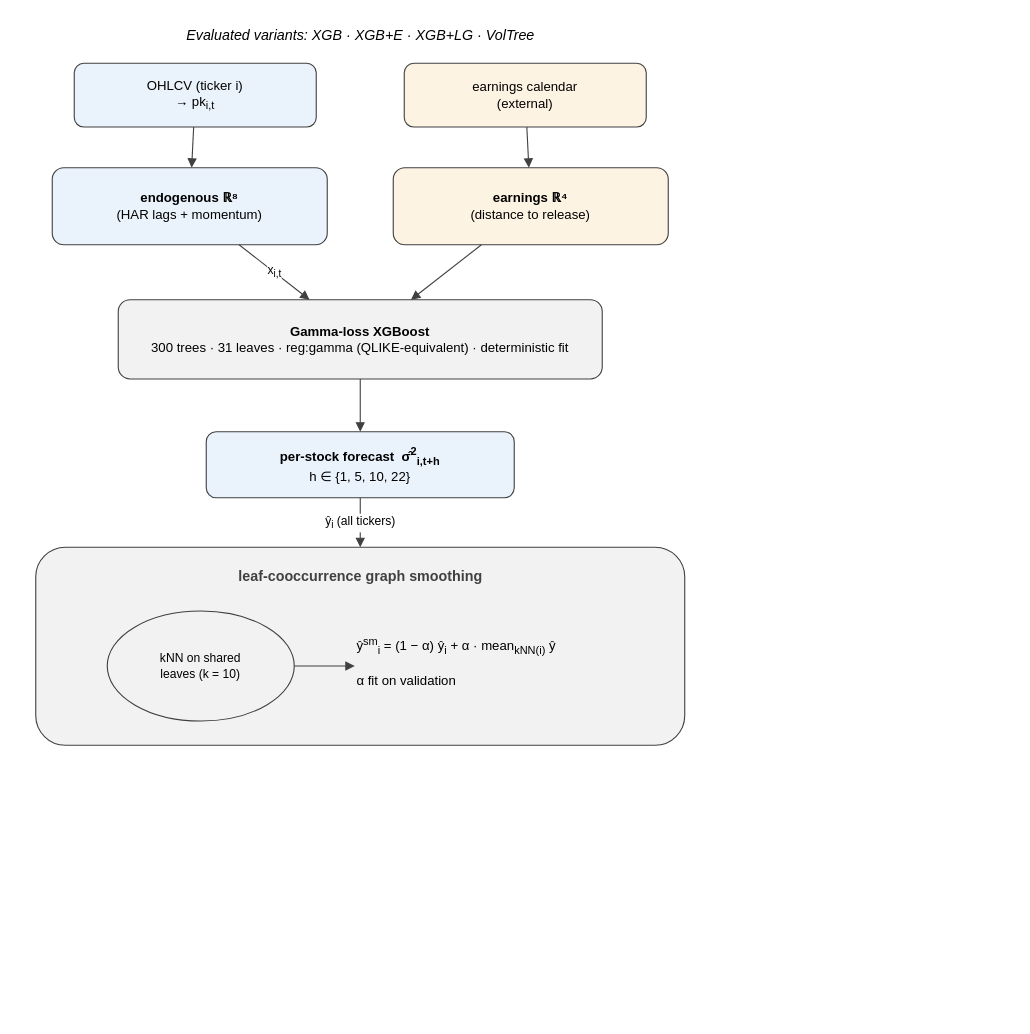
ntquy9901/stock_vol_prediction01 keeps this draw.io diagram as docs/paper/figures/fig_architecture.drawio. Above is the earlier version. Source tidied: cells renumbered, new cells numbered last; positions are measured from the earlier drawing's top-left corner, leaving out a move shared by most shapes. Both pictures are drawn from the tidied source at 110%, with x=0, y=0 at pixel (35, 19).
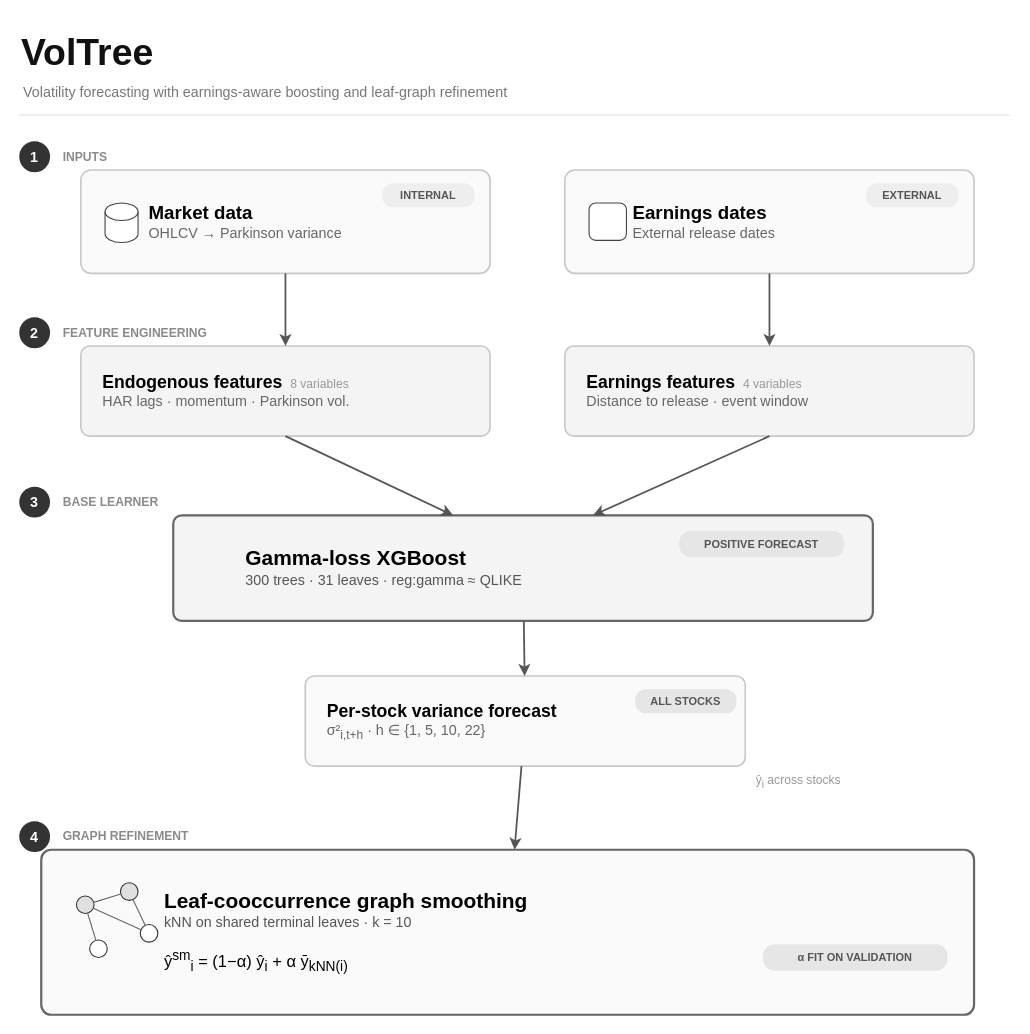
The same page after the edit.

Commit message (it also covers changes not shown here):
fig1: adopt hand-designed VolTree architecture (v2) as fig_architecture.pdf + drawio source; shorten Table 2 caption

What changed in the source:
```diff
@@
-    <mxCell id="2" value="Evaluated variants: XGB · XGB+E · XGB+LG · VolTree" style="text;html=1;align=center;fontSize=13;fontStyle=2;" parent="1" vertex="1">
-      <mxGeometry x="15" width="560" height="26" as="geometry" />
+    <mxCell id="2" value="VolTree" style="text;html=1;align=left;verticalAlign=middle;fontSize=34;fontStyle=1;fontColor=#111111;" parent="1" vertex="1">
+      <mxGeometry x="-15" y="7" width="320" height="46" as="geometry" />
     </mxCell>
-    <mxCell id="3" value="OHLCV (ticker i)&lt;br&gt;→ pk&lt;sub&gt;i,t&lt;/sub&gt;" style="rounded=1;whiteSpace=wrap;html=1;fillColor=#eaf2fb;strokeColor=#404040;fontSize=12;verticalAlign=middle;" parent="1" vertex="1">
-      <mxGeometry x="35" y="40" width="220" height="58" as="geometry" />
-    </mxCell>
-    <mxCell id="4" value="earnings calendar&lt;br&gt;(external)" style="rounded=1;whiteSpace=wrap;html=1;fillColor=#fdf3e3;strokeColor=#404040;fontSize=12;verticalAlign=middle;" parent="1" vertex="1">
-      <mxGeometry x="335" y="40" width="220" height="58" as="geometry" />
-    </mxCell>
-    <mxCell id="5" value="&lt;b&gt;endogenous ℝ⁸&lt;/b&gt;&lt;br&gt;(HAR lags + momentum)" style="rounded=1;whiteSpace=wrap;html=1;fillColor=#eaf2fb;strokeColor=#404040;fontSize=12;verticalAlign=middle;" parent="1" vertex="1">
-      <mxGeometry x="15" y="135" width="250" height="70" as="geometry" />
-    </mxCell>
-    <mxCell id="6" value="&lt;b&gt;earnings ℝ⁴&lt;/b&gt;&lt;br&gt;(distance to release)" style="rounded=1;whiteSpace=wrap;html=1;fillColor=#fdf3e3;strokeColor=#404040;fontSize=12;verticalAlign=middle;" parent="1" vertex="1">
-      <mxGeometry x="325" y="135" width="250" height="70" as="geometry" />
-    </mxCell>
+    <mxCell id="20" value="Volatility forecasting with earnings-aware boosting and leaf-graph refinement" style="text;html=1;align=left;verticalAlign=middle;fontSize=13;fontColor=#777777;" parent="1" vertex="1">
+      <mxGeometry x="-13" y="55" width="640" height="22" as="geometry" />
+    </mxCell>
+    <mxCell id="21" style="endArrow=none;html=1;strokeColor=#dddddd;strokeWidth=1;" parent="1" edge="1">
+      <mxGeometry relative="1" as="geometry">
+        <mxPoint x="-15" y="87" as="sourcePoint" />
+        <mxPoint x="885" y="87" as="targetPoint" />
+      </mxGeometry>
+    </mxCell>
+    <mxCell id="22" value="1" style="ellipse;whiteSpace=wrap;html=1;fillColor=#333333;strokeColor=none;fontColor=#ffffff;fontSize=13;fontStyle=1;" parent="1" vertex="1">
+      <mxGeometry x="-15" y="111" width="28" height="28" as="geometry" />
+    </mxCell>
+    <mxCell id="23" value="INPUTS" style="text;html=1;align=left;verticalAlign=middle;fontSize=11;fontStyle=1;fontColor=#8a8a8a;" parent="1" vertex="1">
+      <mxGeometry x="23" y="112" width="220" height="26" as="geometry" />
+    </mxCell>
+    <mxCell id="24" value="&lt;b style=&quot;font-size:17px&quot;&gt;Market data&lt;/b&gt;&lt;br&gt;&lt;span style=&quot;color:#666666&quot;&gt;OHLCV → Parkinson variance&lt;/span&gt;" style="rounded=1;whiteSpace=wrap;html=1;fillColor=#fafafa;strokeColor=#c8c8c8;strokeWidth=1.5;arcSize=10;align=left;verticalAlign=middle;spacingLeft=60;fontSize=13;" parent="1" vertex="1">
+      <mxGeometry x="41" y="137" width="372" height="94" as="geometry" />
+    </mxCell>
+    <mxCell id="25" style="shape=cylinder3;whiteSpace=wrap;html=1;boundedLbl=1;backgroundOutline=1;size=8;fillColor=#ffffff;strokeColor=#444444;" parent="1" vertex="1">
+      <mxGeometry x="63" y="167" width="30" height="36" as="geometry" />
+    </mxCell>
+    <mxCell id="26" value="INTERNAL" style="rounded=1;whiteSpace=wrap;html=1;fillColor=#eeeeee;strokeColor=none;arcSize=45;fontSize=10;fontColor=#555555;fontStyle=1;" parent="1" vertex="1">
+      <mxGeometry x="315" y="149" width="84" height="22" as="geometry" />
+    </mxCell>
+    <mxCell id="27" value="&lt;b style=&quot;font-size:17px&quot;&gt;Earnings dates&lt;/b&gt;&lt;br&gt;&lt;span style=&quot;color:#666666&quot;&gt;External release dates&lt;/span&gt;" style="rounded=1;whiteSpace=wrap;html=1;fillColor=#fafafa;strokeColor=#c8c8c8;strokeWidth=1.5;arcSize=10;align=left;verticalAlign=middle;spacingLeft=60;fontSize=13;" parent="1" vertex="1">
+      <mxGeometry x="481" y="137" width="372" height="94" as="geometry" />
+    </mxCell>
+    <mxCell id="28" style="rounded=1;whiteSpace=wrap;html=1;fillColor=#ffffff;strokeColor=#444444;arcSize=18;" parent="1" vertex="1">
+      <mxGeometry x="503" y="167" width="34" height="34" as="geometry" />
+    </mxCell>
+    <mxCell id="29" value="EXTERNAL" style="rounded=1;whiteSpace=wrap;html=1;fillColor=#eeeeee;strokeColor=none;arcSize=45;fontSize=10;fontColor=#555555;fontStyle=1;" parent="1" vertex="1">
+      <mxGeometry x="755" y="149" width="84" height="22" as="geometry" />
+    </mxCell>
+    <mxCell id="30" value="2" style="ellipse;whiteSpace=wrap;html=1;fillColor=#333333;strokeColor=none;fontColor=#ffffff;fontSize=13;fontStyle=1;" parent="1" vertex="1">
+      <mxGeometry x="-15" y="271" width="28" height="28" as="geometry" />
+    </mxCell>
+    <mxCell id="31" value="FEATURE ENGINEERING" style="text;html=1;align=left;verticalAlign=middle;fontSize=11;fontStyle=1;fontColor=#8a8a8a;" parent="1" vertex="1">
+      <mxGeometry x="23" y="272" width="260" height="26" as="geometry" />
+    </mxCell>
+    <mxCell id="32" value="&lt;b style=&quot;font-size:16px&quot;&gt;Endogenous features&lt;/b&gt;  &lt;span style=&quot;color:#999999;font-size:11px&quot;&gt;8 variables&lt;/span&gt;&lt;br&gt;&lt;span style=&quot;color:#666666&quot;&gt;HAR lags · momentum · Parkinson vol.&lt;/span&gt;" style="rounded=1;whiteSpace=wrap;html=1;fillColor=#f4f4f4;strokeColor=#c8c8c8;strokeWidth=1.5;arcSize=10;align=left;verticalAlign=middle;spacingLeft=18;fontSize=13;" parent="1" vertex="1">
+      <mxGeometry x="41" y="297" width="372" height="82" as="geometry" />
+    </mxCell>
+    <mxCell id="33" value="&lt;b style=&quot;font-size:16px&quot;&gt;Earnings features&lt;/b&gt;  &lt;span style=&quot;color:#999999;font-size:11px&quot;&gt;4 variables&lt;/span&gt;&lt;br&gt;&lt;span style=&quot;color:#666666&quot;&gt;Distance to release · event window&lt;/span&gt;" style="rounded=1;whiteSpace=wrap;html=1;fillColor=#f4f4f4;strokeColor=#c8c8c8;strokeWidth=1.5;arcSize=10;align=left;verticalAlign=middle;spacingLeft=18;fontSize=13;" parent="1" vertex="1">
+      <mxGeometry x="481" y="297" width="372" height="82" as="geometry" />
+    </mxCell>
+    <mxCell id="34" value="3" style="ellipse;whiteSpace=wrap;html=1;fillColor=#333333;strokeColor=none;fontColor=#ffffff;fontSize=13;fontStyle=1;" parent="1" vertex="1">
+      <mxGeometry x="-15" y="425" width="28" height="28" as="geometry" />
+    </mxCell>
+    <mxCell id="35" value="BASE LEARNER" style="text;html=1;align=left;verticalAlign=middle;fontSize=11;fontStyle=1;fontColor=#8a8a8a;" parent="1" vertex="1">
+      <mxGeometry x="23" y="426" width="220" height="26" as="geometry" />
+    </mxCell>
-    <mxCell id="7" value="&lt;b&gt;Gamma-loss XGBoost&lt;/b&gt;&lt;br&gt;300 trees · 31 leaves · reg:gamma (QLIKE-equivalent) · deterministic fit" style="rounded=1;whiteSpace=wrap;html=1;fillColor=#f2f2f2;strokeColor=#404040;fontSize=12;verticalAlign=middle;" parent="1" vertex="1">
-      <mxGeometry x="75" y="255" width="440" height="72" as="geometry" />
+    <mxCell id="7" value="&lt;b style=&quot;font-size:19px&quot;&gt;Gamma-loss XGBoost&lt;/b&gt;&lt;br&gt;&lt;span style=&quot;color:#555555&quot;&gt;300 trees · 31 leaves · reg:gamma ≈ QLIKE&lt;/span&gt;" style="rounded=1;whiteSpace=wrap;html=1;fillColor=#f4f4f4;strokeColor=#666666;strokeWidth=2;arcSize=8;align=left;verticalAlign=middle;spacingLeft=64;fontSize=13;" parent="1" vertex="1">
+      <mxGeometry x="125" y="451" width="636" height="96" as="geometry" />
     </mxCell>
-    <mxCell id="8" value="&lt;b&gt;per-stock forecast  σ̂&lt;sup&gt;2&lt;/sup&gt;&lt;sub&gt;i,t+h&lt;/sub&gt;&lt;/b&gt;&lt;br&gt;h ∈ {1, 5, 10, 22}" style="rounded=1;whiteSpace=wrap;html=1;fillColor=#eaf2fb;strokeColor=#404040;fontSize=12;verticalAlign=middle;" parent="1" vertex="1">
-      <mxGeometry x="155" y="375" width="280" height="60" as="geometry" />
-    </mxCell>
-    <mxCell id="9" style="rounded=1;whiteSpace=wrap;html=1;fillColor=#f2f2f2;strokeColor=#404040;verticalAlign=top;" parent="1" vertex="1">
-      <mxGeometry y="480" width="590" height="180" as="geometry" />
-    </mxCell>
-    <mxCell id="10" value="&lt;b&gt;leaf-cooccurrence graph smoothing&lt;/b&gt;" style="text;html=1;align=center;fontSize=13;fontColor=#404040;" parent="1" vertex="1">
-      <mxGeometry x="20" y="492" width="550" height="24" as="geometry" />
-    </mxCell>
-    <mxCell id="11" value="kNN on shared&lt;br&gt;leaves (k = 10)" style="ellipse;whiteSpace=wrap;html=1;fillColor=#f2f2f2;strokeColor=#404040;fontSize=11;verticalAlign=middle;" parent="1" vertex="1">
-      <mxGeometry x="65" y="538" width="170" height="100" as="geometry" />
-    </mxCell>
-    <mxCell id="12" value="ŷ&lt;sup&gt;sm&lt;/sup&gt;&lt;sub&gt;i&lt;/sub&gt; = (1 − α) ŷ&lt;sub&gt;i&lt;/sub&gt; + α · mean&lt;sub&gt;kNN(i)&lt;/sub&gt; ŷ&lt;br&gt;&lt;br&gt;α fit on validation" style="text;html=1;align=left;fontSize=12;whiteSpace=wrap;" parent="1" vertex="1">
-      <mxGeometry x="290" y="553" width="300" height="70" as="geometry" />
-    </mxCell>
-    <mxCell id="13" style="endArrow=block;html=1;strokeColor=#404040;" parent="1" edge="1" source="3" target="5">
-      <mxGeometry relative="1" as="geometry" />
-    </mxCell>
-    <mxCell id="14" style="endArrow=block;html=1;strokeColor=#404040;" parent="1" edge="1" source="4" target="6">
-      <mxGeometry relative="1" as="geometry" />
-    </mxCell>
-    <mxCell id="15" value="x&lt;sub&gt;i,t&lt;/sub&gt;" style="endArrow=block;html=1;strokeColor=#404040;fontSize=11;" parent="1" edge="1" source="5" target="7">
-      <mxGeometry relative="1" as="geometry" />
-    </mxCell>
-    <mxCell id="16" style="endArrow=block;html=1;strokeColor=#404040;" parent="1" edge="1" source="6" target="7">
-      <mxGeometry relative="1" as="geometry" />
-    </mxCell>
-    <mxCell id="17" style="endArrow=block;html=1;strokeColor=#404040;" parent="1" edge="1" source="7" target="8">
-      <mxGeometry relative="1" as="geometry" />
-    </mxCell>
-    <mxCell id="18" value="ŷ&lt;sub&gt;i&lt;/sub&gt; (all tickers)" style="endArrow=block;html=1;strokeColor=#404040;fontSize=11;" parent="1" edge="1" source="8" target="9">
-      <mxGeometry relative="1" as="geometry" />
-    </mxCell>
-    <mxCell id="19" style="endArrow=block;html=1;strokeColor=#404040;exitX=1;exitY=0.5;exitDx=0;exitDy=0;entryX=0;entryY=0.5;entryDx=0;entryDy=0;" parent="1" edge="1" source="11" target="12">
-      <mxGeometry relative="1" as="geometry" />
-    </mxCell>
+    <mxCell id="36" value="POSITIVE FORECAST" style="rounded=1;whiteSpace=wrap;html=1;fillColor=#e6e6e6;strokeColor=none;arcSize=45;fontSize=10;fontColor=#555555;fontStyle=1;" parent="1" vertex="1">
+      <mxGeometry x="585" y="465" width="150" height="24" as="geometry" />
+    </mxCell>
+    <mxCell id="37" value="&lt;b style=&quot;font-size:16px&quot;&gt;Per-stock variance forecast&lt;/b&gt;&lt;br&gt;&lt;span style=&quot;color:#666666&quot;&gt;σ²&lt;sub&gt;i,t+h&lt;/sub&gt; · h ∈ {1, 5, 10, 22}&lt;/span&gt;" style="rounded=1;whiteSpace=wrap;html=1;fillColor=#fafafa;strokeColor=#c8c8c8;strokeWidth=1.5;arcSize=10;align=left;verticalAlign=middle;spacingLeft=18;fontSize=13;" parent="1" vertex="1">
+      <mxGeometry x="245" y="597" width="400" height="82" as="geometry" />
+    </mxCell>
+    <mxCell id="38" value="ALL STOCKS" style="rounded=1;whiteSpace=wrap;html=1;fillColor=#e6e6e6;strokeColor=none;arcSize=45;fontSize=10;fontColor=#555555;fontStyle=1;" parent="1" vertex="1">
+      <mxGeometry x="545" y="609" width="92" height="22" as="geometry" />
+    </mxCell>
+    <mxCell id="39" value="ŷ&lt;sub&gt;i&lt;/sub&gt; across stocks" style="text;html=1;align=left;verticalAlign=middle;fontSize=11;fontColor=#999999;" parent="1" vertex="1">
+      <mxGeometry x="653" y="685" width="150" height="18" as="geometry" />
+    </mxCell>
+    <mxCell id="40" value="4" style="ellipse;whiteSpace=wrap;html=1;fillColor=#333333;strokeColor=none;fontColor=#ffffff;fontSize=13;fontStyle=1;" parent="1" vertex="1">
+      <mxGeometry x="-15" y="729" width="28" height="28" as="geometry" />
+    </mxCell>
+    <mxCell id="41" value="GRAPH REFINEMENT" style="text;html=1;align=left;verticalAlign=middle;fontSize=11;fontStyle=1;fontColor=#8a8a8a;" parent="1" vertex="1">
+      <mxGeometry x="23" y="730" width="240" height="26" as="geometry" />
+    </mxCell>
+    <mxCell id="42" value="&lt;b style=&quot;font-size:19px&quot;&gt;Leaf-cooccurrence graph smoothing&lt;/b&gt;&lt;br&gt;&lt;span style=&quot;color:#555555&quot;&gt;kNN on shared terminal leaves · k = 10&lt;/span&gt;&lt;br&gt;&lt;br&gt;&lt;span style=&quot;font-size:15px&quot;&gt;ŷ&lt;sup&gt;sm&lt;/sup&gt;&lt;sub&gt;i&lt;/sub&gt; = (1−α) ŷ&lt;sub&gt;i&lt;/sub&gt; + α ȳ&lt;sub&gt;kNN(i)&lt;/sub&gt;&lt;/span&gt;" style="rounded=1;whiteSpace=wrap;html=1;fillColor=#fafafa;strokeColor=#666666;strokeWidth=2;arcSize=6;align=left;verticalAlign=middle;spacingLeft=110;fontSize=13;" parent="1" vertex="1">
+      <mxGeometry x="5" y="755" width="848" height="150" as="geometry" />
+    </mxCell>
+    <mxCell id="43" value="α FIT ON VALIDATION" style="rounded=1;whiteSpace=wrap;html=1;fillColor=#e6e6e6;strokeColor=none;arcSize=45;fontSize=10;fontColor=#555555;fontStyle=1;" parent="1" vertex="1">
+      <mxGeometry x="661" y="841" width="168" height="24" as="geometry" />
+    </mxCell>
+    <mxCell id="44" style="ellipse;html=1;fillColor=#e0e0e0;strokeColor=#333333;" parent="1" vertex="1">
+      <mxGeometry x="37" y="797" width="16" height="16" as="geometry" />
+    </mxCell>
+    <mxCell id="45" style="ellipse;html=1;fillColor=#e0e0e0;strokeColor=#333333;" parent="1" vertex="1">
+      <mxGeometry x="77" y="785" width="16" height="16" as="geometry" />
+    </mxCell>
+    <mxCell id="46" style="ellipse;html=1;fillColor=#ffffff;strokeColor=#333333;" parent="1" vertex="1">
+      <mxGeometry x="95" y="823" width="16" height="16" as="geometry" />
+    </mxCell>
+    <mxCell id="47" style="ellipse;html=1;fillColor=#ffffff;strokeColor=#333333;" parent="1" vertex="1">
+      <mxGeometry x="49" y="837" width="16" height="16" as="geometry" />
+    </mxCell>
+    <mxCell id="48" style="endArrow=none;html=1;strokeColor=#666666;" parent="1" edge="1" source="44" target="45">
+      <mxGeometry relative="1" as="geometry" />
+    </mxCell>
+    <mxCell id="49" style="endArrow=none;html=1;strokeColor=#666666;" parent="1" edge="1" source="44" target="46">
+      <mxGeometry relative="1" as="geometry" />
+    </mxCell>
+    <mxCell id="50" style="endArrow=none;html=1;strokeColor=#666666;" parent="1" edge="1" source="44" target="47">
+      <mxGeometry relative="1" as="geometry" />
+    </mxCell>
+    <mxCell id="51" style="endArrow=none;html=1;strokeColor=#666666;" parent="1" edge="1" source="45" target="46">
+      <mxGeometry relative="1" as="geometry" />
+    </mxCell>
+    <mxCell id="52" style="endArrow=classic;html=1;strokeColor=#555555;strokeWidth=1.6;" parent="1" edge="1" source="24" target="32">
+      <mxGeometry relative="1" as="geometry" />
+    </mxCell>
+    <mxCell id="53" style="endArrow=classic;html=1;strokeColor=#555555;strokeWidth=1.6;" parent="1" edge="1" source="27" target="33">
+      <mxGeometry relative="1" as="geometry" />
+    </mxCell>
+    <mxCell id="54" style="endArrow=classic;html=1;strokeColor=#555555;strokeWidth=1.6;exitX=0.5;exitY=1;entryX=0.4;entryY=0;" parent="1" edge="1" source="32" target="7">
+      <mxGeometry relative="1" as="geometry" />
+    </mxCell>
+    <mxCell id="55" style="endArrow=classic;html=1;strokeColor=#555555;strokeWidth=1.6;exitX=0.5;exitY=1;entryX=0.6;entryY=0;" parent="1" edge="1" source="33" target="7">
+      <mxGeometry relative="1" as="geometry" />
+    </mxCell>
+    <mxCell id="56" style="endArrow=classic;html=1;strokeColor=#555555;strokeWidth=1.6;" parent="1" edge="1" source="7" target="37">
+      <mxGeometry relative="1" as="geometry" />
+    </mxCell>
+    <mxCell id="57" style="endArrow=classic;html=1;strokeColor=#555555;strokeWidth=1.6;" parent="1" edge="1" source="37" target="42">
+      <mxGeometry relative="1" as="geometry" />
+    </mxCell>
```
